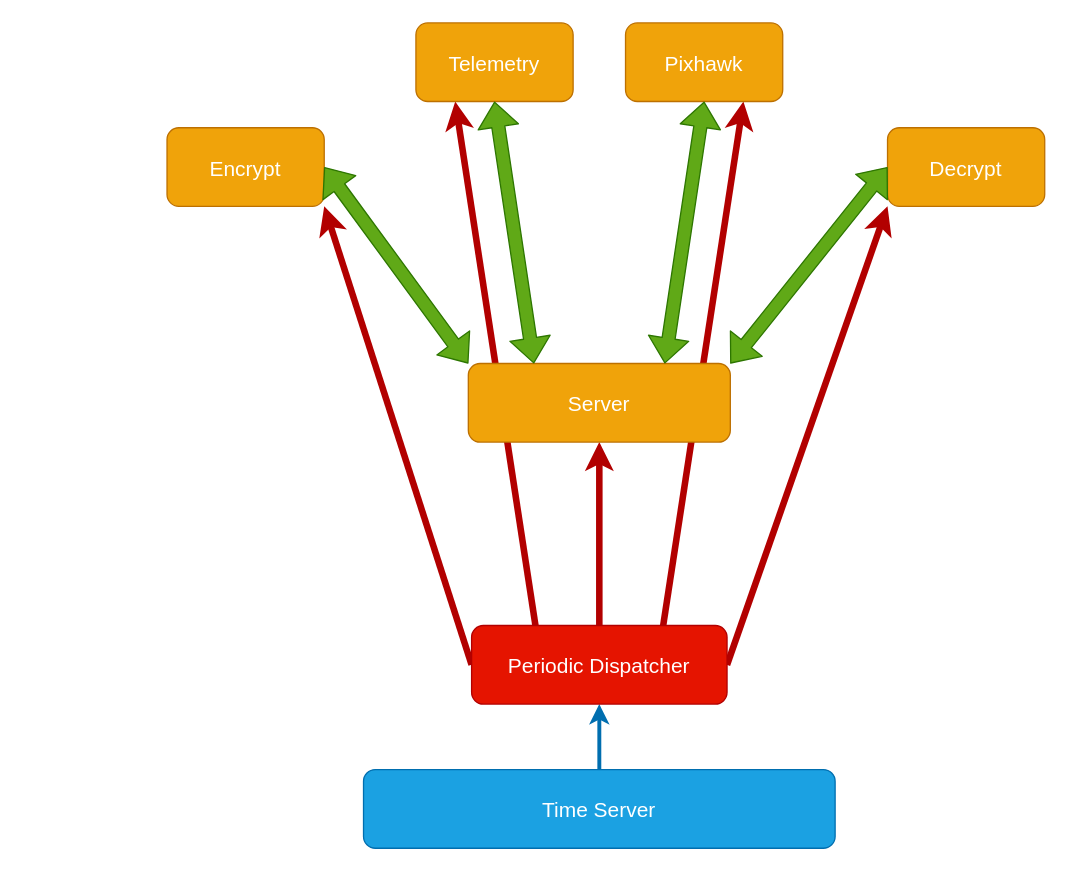
Earlier version of the draw.io diagram pics/comm-smaccm.drawio (colorglass/seL4_rpi4). Source tidied: cells renumbered, new cells numbered last; positions are measured from the earlier drawing's top-left corner, leaving out a move shared by most shapes. Both pictures are drawn from the tidied source at 131%, with x=0, y=0 at pixel (166, 22).
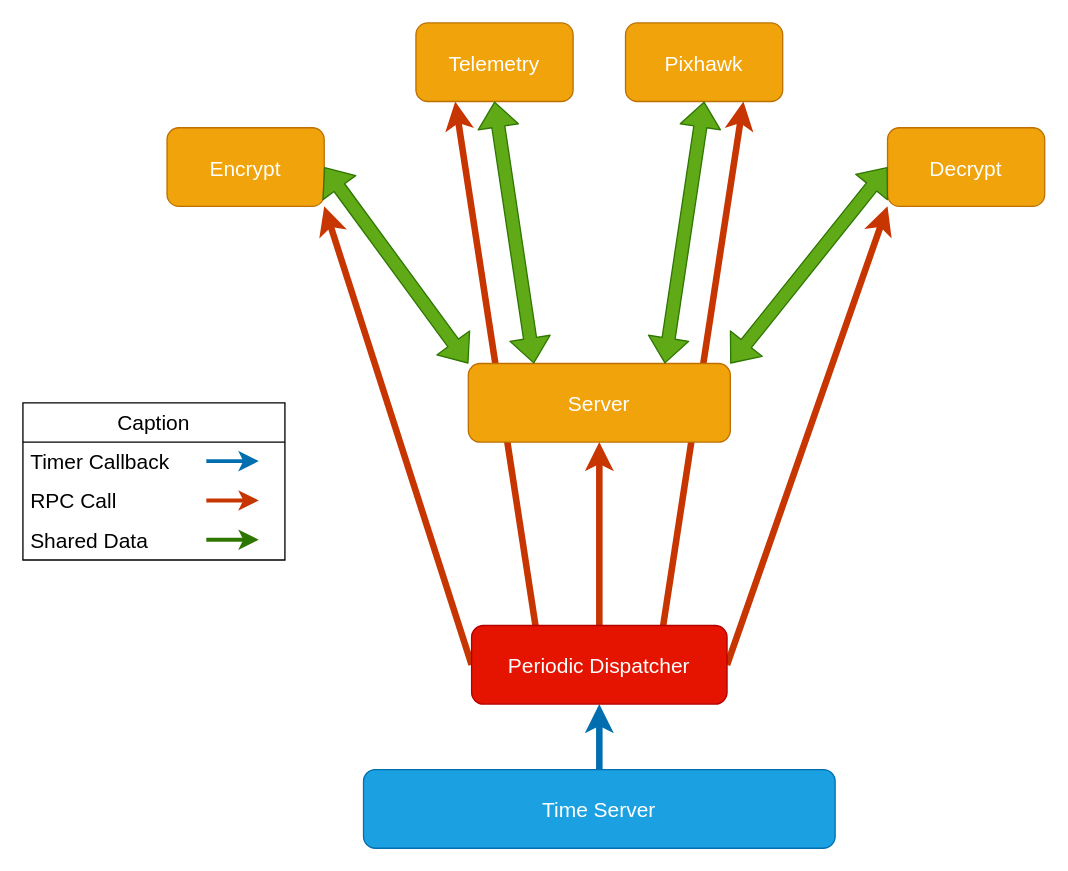
Above is the later version.

Unchanged cells that the change refers to:
```xml
<mxCell id="3" value="Time Server" style="rounded=1;fontSize=16;fillColor=#1ba1e2;fontColor=#ffffff;strokeColor=#006EAF;" parent="1" vertex="1">
  <mxGeometry x="150" y="570" width="360" height="60" as="geometry" />
</mxCell>
<mxCell id="9" value="Periodic Dispatcher" style="rounded=1;fontSize=16;fillColor=#e51400;fontColor=#ffffff;strokeColor=#B20000;" parent="1" vertex="1">
  <mxGeometry x="232.5" y="460" width="195" height="60" as="geometry" />
</mxCell>
<mxCell id="10" value="Server" style="rounded=1;fontSize=16;fillColor=#f0a30a;fontColor=#FFFFFF;strokeColor=#BD7000;" parent="1" vertex="1">
  <mxGeometry x="230" y="260" width="200" height="60" as="geometry" />
</mxCell>
<mxCell id="11" value="Encrypt" style="rounded=1;fontSize=16;fillColor=#f0a30a;fontColor=#FFFFFF;strokeColor=#BD7000;" parent="1" vertex="1">
  <mxGeometry y="80" width="120" height="60" as="geometry" />
</mxCell>
<mxCell id="12" value="Decrypt" style="rounded=1;fontSize=16;fillColor=#f0a30a;fontColor=#FFFFFF;strokeColor=#BD7000;" parent="1" vertex="1">
  <mxGeometry x="550" y="80" width="120" height="60" as="geometry" />
</mxCell>
<mxCell id="15" value="Telemetry" style="rounded=1;fontSize=16;fillColor=#f0a30a;fontColor=#FFFFFF;strokeColor=#BD7000;" parent="1" vertex="1">
  <mxGeometry x="190" width="120" height="60" as="geometry" />
</mxCell>
<mxCell id="16" value="Pixhawk" style="rounded=1;fontSize=16;fillColor=#f0a30a;fontColor=#FFFFFF;strokeColor=#BD7000;" parent="1" vertex="1">
  <mxGeometry x="350" width="120" height="60" as="geometry" />
</mxCell>
```

Change to the diagram source:
```diff
@@
-    <mxCell id="2" style="edgeStyle=none;html=0;exitX=0.5;exitY=0;exitDx=0;exitDy=0;entryX=0.5;entryY=1;entryDx=0;entryDy=0;fontColor=#FFFFFF;strokeWidth=3;fillColor=#1ba1e2;strokeColor=#006EAF;" parent="1" edge="1" source="3" target="9">
+    <mxCell id="2" style="edgeStyle=none;html=0;exitX=0.5;exitY=0;exitDx=0;exitDy=0;entryX=0.5;entryY=1;entryDx=0;entryDy=0;fontColor=#FFFFFF;strokeWidth=5;fillColor=#1ba1e2;strokeColor=#006EAF;" parent="1" edge="1" source="3" target="9">
       <mxGeometry relative="1" as="geometry" />
     </mxCell>
@@
-    <mxCell id="4" style="edgeStyle=none;exitX=0;exitY=0.5;exitDx=0;exitDy=0;entryX=1;entryY=1;entryDx=0;entryDy=0;strokeWidth=5;fontSize=16;fontColor=#000000;fillColor=#e51400;strokeColor=#B20000;" parent="1" edge="1" source="9" target="11">
+    <mxCell id="4" style="edgeStyle=none;exitX=0;exitY=0.5;exitDx=0;exitDy=0;entryX=1;entryY=1;entryDx=0;entryDy=0;strokeWidth=5;fontSize=16;fontColor=#000000;fillColor=#fa6800;strokeColor=#C73500;" parent="1" edge="1" source="9" target="11">
       <mxGeometry relative="1" as="geometry" />
     </mxCell>
-    <mxCell id="5" style="edgeStyle=none;exitX=1;exitY=0.5;exitDx=0;exitDy=0;entryX=0;entryY=1;entryDx=0;entryDy=0;strokeWidth=5;fontSize=16;fontColor=#000000;fillColor=#e51400;strokeColor=#B20000;" parent="1" edge="1" source="9" target="12">
+    <mxCell id="5" style="edgeStyle=none;exitX=1;exitY=0.5;exitDx=0;exitDy=0;entryX=0;entryY=1;entryDx=0;entryDy=0;strokeWidth=5;fontSize=16;fontColor=#000000;fillColor=#fa6800;strokeColor=#C73500;" parent="1" edge="1" source="9" target="12">
       <mxGeometry relative="1" as="geometry" />
     </mxCell>
-    <mxCell id="6" style="edgeStyle=none;html=0;exitX=0.5;exitY=0;exitDx=0;exitDy=0;entryX=0.5;entryY=1;entryDx=0;entryDy=0;strokeWidth=5;fontColor=#FFFFFF;fillColor=#e51400;strokeColor=#B20000;" parent="1" edge="1" source="9" target="10">
+    <mxCell id="6" style="edgeStyle=none;html=0;exitX=0.5;exitY=0;exitDx=0;exitDy=0;entryX=0.5;entryY=1;entryDx=0;entryDy=0;strokeWidth=5;fontColor=#FFFFFF;fillColor=#fa6800;strokeColor=#C73500;" parent="1" edge="1" source="9" target="10">
       <mxGeometry relative="1" as="geometry" />
     </mxCell>
-    <mxCell id="7" style="edgeStyle=none;html=0;exitX=0.25;exitY=0;exitDx=0;exitDy=0;entryX=0.25;entryY=1;entryDx=0;entryDy=0;strokeWidth=5;fontColor=#FFFFFF;fillColor=#e51400;strokeColor=#B20000;" parent="1" edge="1" source="9" target="15">
+    <mxCell id="7" style="edgeStyle=none;html=0;exitX=0.25;exitY=0;exitDx=0;exitDy=0;entryX=0.25;entryY=1;entryDx=0;entryDy=0;strokeWidth=5;fontColor=#FFFFFF;fillColor=#fa6800;strokeColor=#C73500;" parent="1" edge="1" source="9" target="15">
       <mxGeometry relative="1" as="geometry" />
     </mxCell>
-    <mxCell id="8" style="edgeStyle=none;html=0;exitX=0.75;exitY=0;exitDx=0;exitDy=0;entryX=0.75;entryY=1;entryDx=0;entryDy=0;strokeWidth=5;fontColor=#FFFFFF;fillColor=#e51400;strokeColor=#B20000;" parent="1" edge="1" source="9" target="16">
+    <mxCell id="8" style="edgeStyle=none;html=0;exitX=0.75;exitY=0;exitDx=0;exitDy=0;entryX=0.75;entryY=1;entryDx=0;entryDy=0;strokeWidth=5;fontColor=#FFFFFF;fillColor=#fa6800;strokeColor=#C73500;" parent="1" edge="1" source="9" target="16">
       <mxGeometry relative="1" as="geometry" />
     </mxCell>
@@
+    <mxCell id="19" value="&lt;font color=&quot;#000000&quot; style=&quot;font-size: 16px;&quot;&gt;Caption&lt;/font&gt;" style="swimlane;fontStyle=0;horizontal=1;startSize=30;whiteSpace=wrap;html=1;" parent="1" vertex="1">
+      <mxGeometry x="-110" y="290" width="200" height="120" as="geometry" />
+    </mxCell>
+    <mxCell id="20" value="&lt;font color=&quot;#000000&quot;&gt;&lt;span style=&quot;font-size: 16px;&quot;&gt;Timer Callback&lt;/span&gt;&lt;/font&gt;" style="text;strokeColor=none;fillColor=none;align=left;verticalAlign=middle;spacingLeft=4;spacingRight=4;overflow=hidden;whiteSpace=wrap;html=1;" parent="19" vertex="1">
+      <mxGeometry y="30" width="200" height="30" as="geometry" />
+    </mxCell>
+    <mxCell id="21" style="edgeStyle=none;exitX=1;exitY=0;exitDx=0;exitDy=0;strokeWidth=3;fillColor=#1ba1e2;strokeColor=#006EAF;" parent="19" edge="1">
+      <mxGeometry relative="1" as="geometry">
+        <mxPoint x="140" y="44.5" as="sourcePoint" />
+        <mxPoint x="180" y="44.5" as="targetPoint" />
+      </mxGeometry>
+    </mxCell>
+    <mxCell id="22" style="edgeStyle=none;exitX=1;exitY=0;exitDx=0;exitDy=0;strokeWidth=3;fillColor=#fa6800;strokeColor=#C73500;" parent="19" edge="1">
+      <mxGeometry relative="1" as="geometry">
+        <mxPoint x="140" y="74.5" as="sourcePoint" />
+        <mxPoint x="180" y="74.5" as="targetPoint" />
+      </mxGeometry>
+    </mxCell>
+    <mxCell id="23" value="&lt;font style=&quot;font-size: 16px;&quot; color=&quot;#000000&quot;&gt;RPC Call&lt;/font&gt;" style="text;strokeColor=none;fillColor=none;align=left;verticalAlign=middle;spacingLeft=4;spacingRight=4;overflow=hidden;whiteSpace=wrap;html=1;" parent="19" vertex="1">
+      <mxGeometry y="60" width="200" height="30" as="geometry" />
+    </mxCell>
+    <mxCell id="24" style="edgeStyle=none;exitX=1;exitY=0;exitDx=0;exitDy=0;strokeWidth=3;fillColor=#60a917;strokeColor=#2D7600;" parent="19" edge="1">
+      <mxGeometry relative="1" as="geometry">
+        <mxPoint x="140" y="104.5" as="sourcePoint" />
+        <mxPoint x="180" y="104.5" as="targetPoint" />
+      </mxGeometry>
+    </mxCell>
+    <mxCell id="25" value="&lt;font color=&quot;#000000&quot; style=&quot;font-size: 16px;&quot;&gt;Shared Data&lt;/font&gt;" style="text;strokeColor=none;fillColor=none;align=left;verticalAlign=middle;spacingLeft=4;spacingRight=4;overflow=hidden;whiteSpace=wrap;html=1;" parent="19" vertex="1">
+      <mxGeometry y="90" width="200" height="30" as="geometry" />
+    </mxCell>
```
